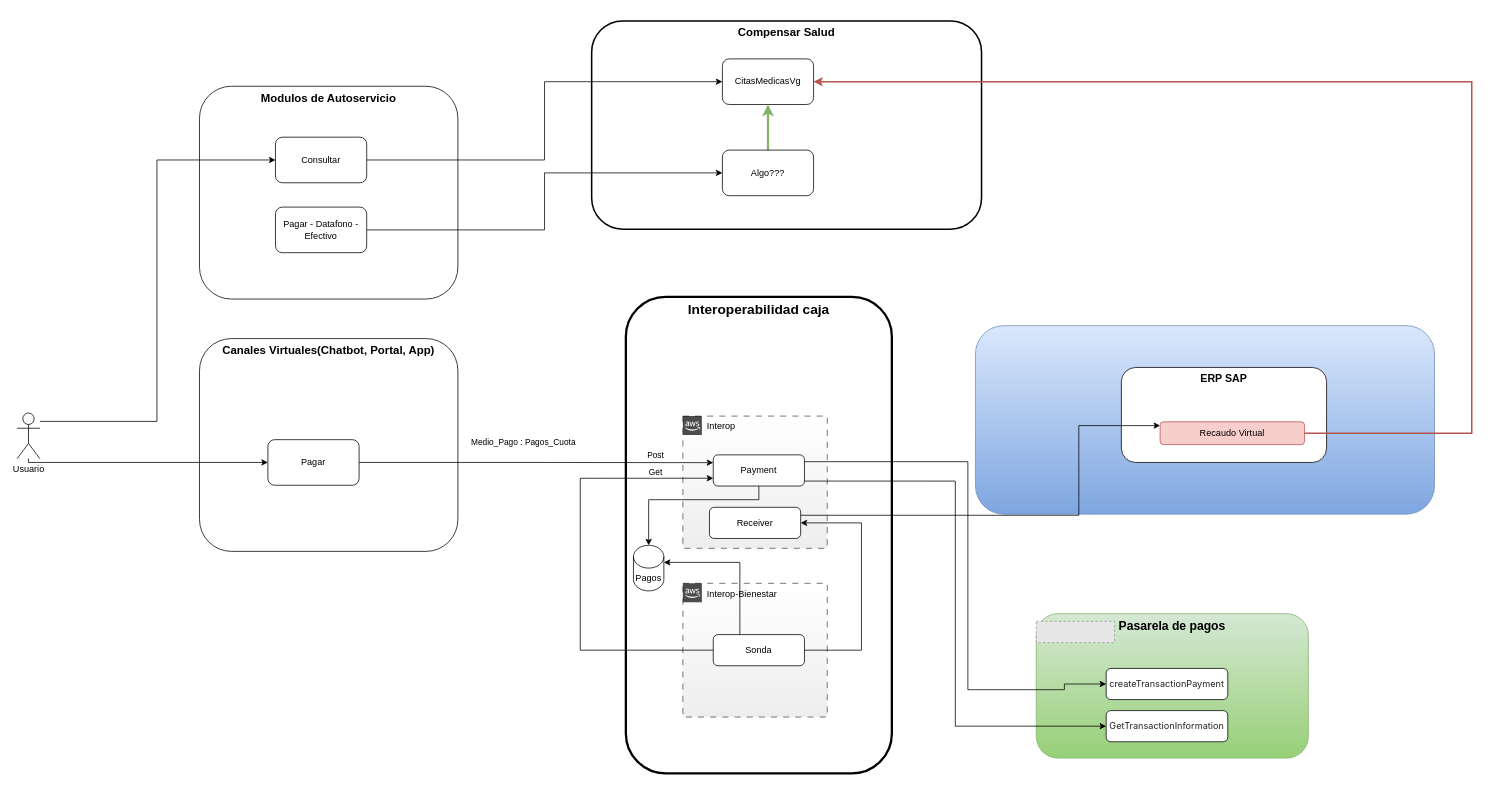
Earlier version of the draw.io diagram page "Virtual" (2 of 2) of MedicinaPrepagada.drawio (carlosvalderrama1204/diagrams). Source tidied: cells renumbered, new cells numbered last; positions are measured from the earlier drawing's top-left corner, leaving out a move shared by most shapes. Both pictures are drawn from the tidied source at 76%, with x=0, y=0 at pixel (17, 21). Pictures stored in the file or linked from it are replaced by grey dashed boxes.
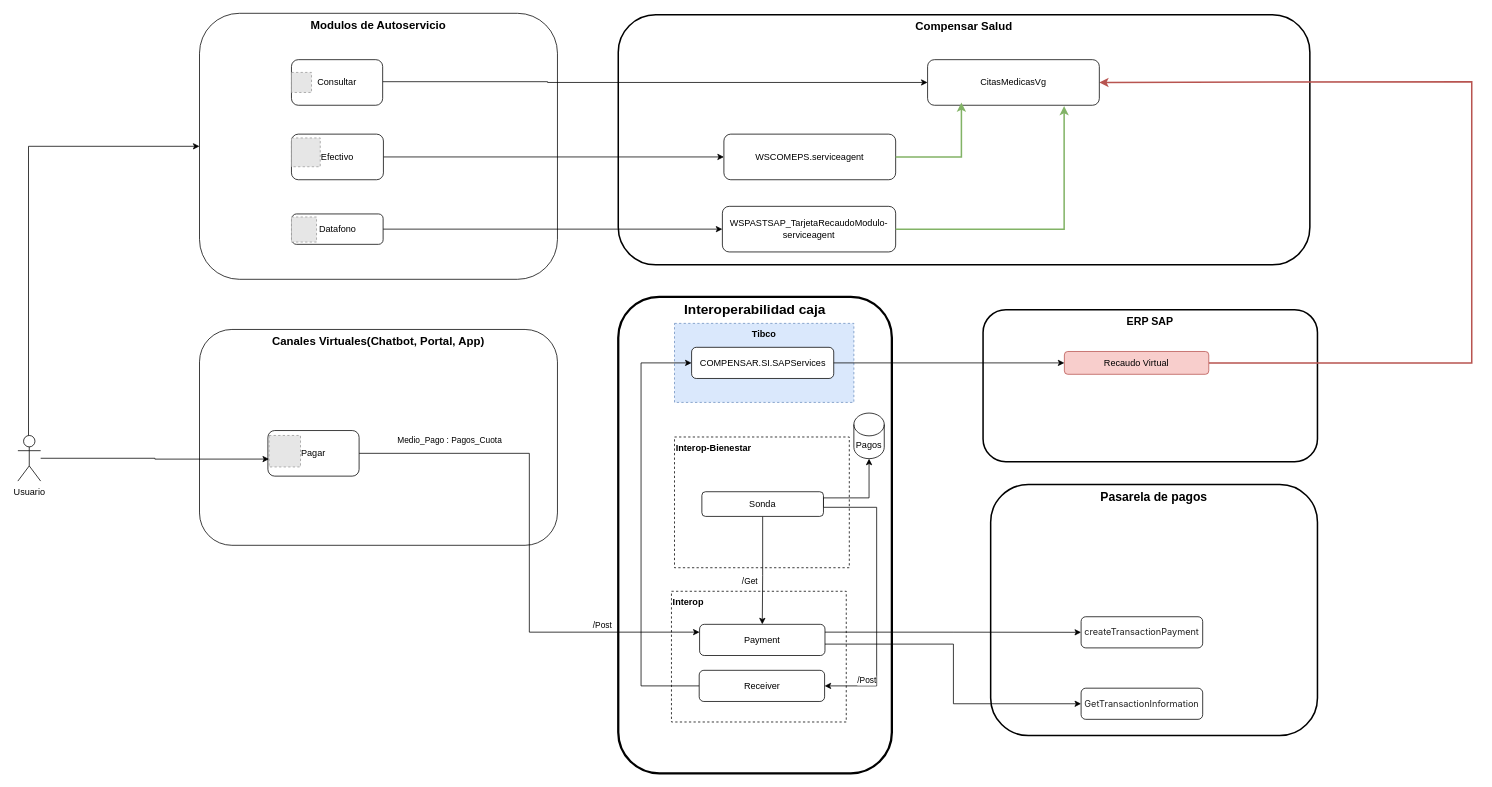
After the change.

Unchanged cells that the change refers to:
```xml
<mxCell id="21" style="edgeStyle=orthogonalEdgeStyle;rounded=0;jettySize=auto;html=1;entryX=0;entryY=0.25;entryDx=0;entryDy=0;" parent="1" edge="1" source="23" target="27">
  <mxGeometry relative="1" as="geometry" />
</mxCell>
```

Diff of the diagram source:
```diff
@@
+    <mxCell id="6" value="&lt;font style=&quot;font-size: 18px;&quot;&gt;Interoperabilidad caja&lt;/font&gt;" style="rounded=1;whiteSpace=wrap;html=1;verticalAlign=top;fontStyle=1;shadow=0;strokeWidth=3;" parent="1" vertex="1">
+      <mxGeometry x="791" y="363" width="360" height="627" as="geometry" />
+    </mxCell>
+    <mxCell id="42" value="Tibco" style="rounded=0;whiteSpace=wrap;html=1;dashed=1;verticalAlign=top;fontStyle=1;fillColor=#dae8fc;strokeColor=#6c8ebf;" parent="1" vertex="1">
+      <mxGeometry x="865" y="398" width="236" height="104" as="geometry" />
+    </mxCell>
+    <mxCell id="13" value="Interop-Bienestar" style="rounded=0;whiteSpace=wrap;html=1;dashed=1;verticalAlign=top;fontStyle=1;align=left;" parent="1" vertex="1">
+      <mxGeometry x="865" y="547.5" width="230" height="172" as="geometry" />
+    </mxCell>
+    <mxCell id="10" value="Interop" style="rounded=0;whiteSpace=wrap;html=1;dashed=1;verticalAlign=top;fontStyle=1;align=left;" parent="1" vertex="1">
+      <mxGeometry x="861" y="750.5" width="230" height="172" as="geometry" />
+    </mxCell>
     <mxCell id="2" value="Modulos de Autoservicio" style="rounded=1;whiteSpace=wrap;html=1;fontStyle=1;verticalAlign=top;fontSize=15;" parent="1" vertex="1">
-      <mxGeometry x="240" y="86" width="340" height="280" as="geometry" />
+      <mxGeometry x="240" y="-10" width="471" height="350" as="geometry" />
     </mxCell>
     <mxCell id="3" value="Compensar Salud" style="rounded=1;whiteSpace=wrap;html=1;verticalAlign=top;fontStyle=1;fontSize=15;strokeWidth=2;" parent="1" vertex="1">
-      <mxGeometry x="756" width="513" height="274" as="geometry" />
+      <mxGeometry x="791" y="-8" width="910" height="329" as="geometry" />
     </mxCell>
     <mxCell id="4" value="Canales Virtuales(Chatbot, Portal, App)" style="rounded=1;whiteSpace=wrap;html=1;fontStyle=1;verticalAlign=top;fontSize=15;" parent="1" vertex="1">
-      <mxGeometry x="240" y="418" width="340" height="280" as="geometry" />
+      <mxGeometry x="240" y="406" width="471" height="284" as="geometry" />
     </mxCell>
-    <mxCell id="5" style="rounded=1;whiteSpace=wrap;html=1;fillColor=#dae8fc;gradientColor=#7ea6e0;strokeColor=#6c8ebf;" parent="1" vertex="1">
-      <mxGeometry x="1261" y="401" width="604" height="248" as="geometry" />
-    </mxCell>
-    <mxCell id="6" value="&lt;font style=&quot;font-size: 18px;&quot;&gt;Interoperabilidad caja&lt;/font&gt;" style="rounded=1;whiteSpace=wrap;html=1;verticalAlign=top;fontStyle=1;shadow=0;strokeWidth=3;" parent="1" vertex="1">
-      <mxGeometry x="801" y="363" width="350" height="627" as="geometry" />
-    </mxCell>
     <mxCell id="7" style="edgeStyle=orthogonalEdgeStyle;rounded=0;jettySize=auto;html=1;entryX=0;entryY=0.5;entryDx=0;entryDy=0;" parent="1" edge="1" source="8" target="36">
-      <mxGeometry relative="1" as="geometry" />
+      <mxGeometry relative="1" as="geometry">
+        <Array as="points">
+          <mxPoint x="698" y="80" />
+        </Array>
+      </mxGeometry>
     </mxCell>
     <mxCell id="8" value="Consultar" style="rounded=1;whiteSpace=wrap;html=1;" parent="1" vertex="1">
-      <mxGeometry x="340" y="153" width="120" height="60" as="geometry" />
+      <mxGeometry x="361" y="51" width="120" height="60" as="geometry" />
     </mxCell>
-    <mxCell id="9" value="ERP SAP" style="rounded=1;whiteSpace=wrap;html=1;verticalAlign=top;fontStyle=1;fontSize=14;" parent="1" vertex="1">
-      <mxGeometry x="1453" y="456" width="270" height="125" as="geometry" />
+    <mxCell id="9" value="ERP SAP" style="rounded=1;whiteSpace=wrap;html=1;verticalAlign=top;fontStyle=1;fontSize=14;strokeWidth=2;" parent="1" vertex="1">
+      <mxGeometry x="1271" y="380" width="440" height="200" as="geometry" />
     </mxCell>
-    <mxCell id="10" value="Interop" style="html=1;whiteSpace=wrap;fontSize=12;fontStyle=0;shape=mxgraph.aws4.group;grIcon=mxgraph.aws4.group_aws_cloud_alt;fillColor=default;verticalAlign=top;align=left;spacingLeft=30;dashed=1;fillStyle=auto;gradientColor=#E6E6E6;dashPattern=8 8;rounded=1;opacity=70;" parent="1" vertex="1">
-      <mxGeometry x="876" y="520" width="190" height="174" as="geometry" />
-    </mxCell>
-    <mxCell id="11" style="edgeStyle=orthogonalEdgeStyle;rounded=0;orthogonalLoop=1;jettySize=auto;html=1;entryX=0;entryY=0.5;entryDx=0;entryDy=0;" parent="1" edge="1">
-      <mxGeometry relative="1" as="geometry">
-        <mxPoint x="1031" y="650.5" as="sourcePoint" />
-        <mxPoint x="1504" y="532.5" as="targetPoint" />
-        <Array as="points">
-          <mxPoint x="1397" y="651" />
-          <mxPoint x="1397" y="533" />
-        </Array>
-      </mxGeometry>
-    </mxCell>
+    <mxCell id="43" style="edgeStyle=orthogonalEdgeStyle;rounded=0;jettySize=auto;html=1;entryX=0;entryY=0.5;entryDx=0;entryDy=0;" parent="1" edge="1" source="12" target="57">
+      <mxGeometry relative="1" as="geometry">
+        <Array as="points">
+          <mxPoint x="821" y="875" />
+          <mxPoint x="821" y="450" />
+        </Array>
+      </mxGeometry>
+    </mxCell>
     <mxCell id="12" value="Receiver" style="rounded=1;whiteSpace=wrap;html=1;" parent="1" vertex="1">
-      <mxGeometry x="911" y="640" width="120" height="41" as="geometry" />
+      <mxGeometry x="897.5" y="854.5" width="165" height="41" as="geometry" />
     </mxCell>
-    <mxCell id="13" value="Interop-Bienestar" style="html=1;whiteSpace=wrap;fontSize=12;fontStyle=0;shape=mxgraph.aws4.group;grIcon=mxgraph.aws4.group_aws_cloud_alt;fillColor=default;verticalAlign=top;align=left;spacingLeft=30;dashed=1;fillStyle=auto;gradientColor=#E6E6E6;dashPattern=8 8;rounded=1;opacity=70;" parent="1" vertex="1">
-      <mxGeometry x="876" y="740" width="190" height="176" as="geometry" />
-    </mxCell>
+    <mxCell id="15" style="edgeStyle=orthogonalEdgeStyle;rounded=0;jettySize=auto;html=1;entryX=0.5;entryY=0;entryDx=0;entryDy=0;exitX=0.5;exitY=1;exitDx=0;exitDy=0;" parent="1" edge="1" source="17" target="27">
+      <mxGeometry relative="1" as="geometry">
+        <Array as="points">
+          <mxPoint x="981" y="730" />
+          <mxPoint x="981" y="730" />
+        </Array>
+      </mxGeometry>
+    </mxCell>
+    <mxCell id="44" value="/Get" style="edgeLabel;html=1;align=center;verticalAlign=middle;" parent="15" vertex="1">
+      <mxGeometry x="0.78" y="-3" relative="1" as="geometry">
+        <mxPoint x="-14" y="-41" as="offset" />
+      </mxGeometry>
+    </mxCell>
-    <mxCell id="14" style="edgeStyle=orthogonalEdgeStyle;rounded=0;jettySize=auto;html=1;entryX=1;entryY=0.5;entryDx=0;entryDy=0;" parent="1" edge="1" source="17" target="12">
+    <mxCell id="14" style="edgeStyle=orthogonalEdgeStyle;rounded=0;jettySize=auto;html=1;exitX=1;exitY=0.25;exitDx=0;exitDy=0;entryX=1;entryY=0.5;entryDx=0;entryDy=0;" parent="1" edge="1" source="17" target="12">
       <mxGeometry relative="1" as="geometry">
         <Array as="points">
-          <mxPoint x="1111" y="828" />
-          <mxPoint x="1111" y="660" />
+          <mxPoint x="1061" y="640" />
+          <mxPoint x="1131" y="640" />
+          <mxPoint x="1131" y="875" />
         </Array>
       </mxGeometry>
     </mxCell>
-    <mxCell id="15" style="edgeStyle=orthogonalEdgeStyle;rounded=0;jettySize=auto;html=1;entryX=0;entryY=0.75;entryDx=0;entryDy=0;" parent="1" edge="1" source="17" target="27">
-      <mxGeometry relative="1" as="geometry">
-        <Array as="points">
-          <mxPoint x="741" y="828" />
-          <mxPoint x="741" y="602" />
-        </Array>
-      </mxGeometry>
-    </mxCell>
-    <mxCell id="16" value="Get" style="edgeLabel;html=1;align=center;verticalAlign=middle;" parent="15" vertex="1">
-      <mxGeometry x="0.86" y="-2" relative="1" as="geometry">
-        <mxPoint x="-36" y="-10" as="offset" />
-      </mxGeometry>
-    </mxCell>
+    <mxCell id="45" value="/Post" style="edgeLabel;html=1;align=center;verticalAlign=middle;" parent="14" vertex="1">
+      <mxGeometry x="0.86" y="-1" relative="1" as="geometry">
+        <mxPoint x="28" y="-7" as="offset" />
+      </mxGeometry>
+    </mxCell>
     <mxCell id="17" value="Sonda" style="rounded=1;whiteSpace=wrap;html=1;" parent="1" vertex="1">
-      <mxGeometry x="916" y="807.5" width="120" height="41" as="geometry" />
+      <mxGeometry x="901" y="619.5" width="160" height="32.5" as="geometry" />
     </mxCell>
-    <mxCell id="18" value="Pasarela de pagos" style="rounded=1;whiteSpace=wrap;html=1;fillColor=#d5e8d4;gradientColor=#97d077;strokeColor=#82b366;verticalAlign=top;fontSize=16;fontStyle=1;" parent="1" vertex="1">
-      <mxGeometry x="1341" y="780" width="358" height="190" as="geometry" />
+    <mxCell id="18" value="Pasarela de pagos" style="rounded=1;whiteSpace=wrap;html=1;verticalAlign=top;fontSize=16;fontStyle=1;strokeWidth=2;" parent="1" vertex="1">
+      <mxGeometry x="1281" y="610" width="430" height="330.4" as="geometry" />
     </mxCell>
-    <mxCell id="19" style="fillColor=#E6E6E6;strokeColor=#999999;dashed=1;verticalLabelPosition=bottom;verticalAlign=top;" parent="1" vertex="1">
-      <mxGeometry x="1341" y="790" width="103" height="28" as="geometry" />
-    </mxCell>
     <mxCell id="20" value="&lt;span style=&quot;color: rgb(33, 33, 33); font-family: Inter, system-ui, -apple-system, BlinkMacSystemFont, &amp;quot;Segoe UI&amp;quot;, Roboto, Oxygen, Ubuntu, Cantarell, &amp;quot;Fira Sans&amp;quot;, &amp;quot;Droid Sans&amp;quot;, Helvetica, Arial, sans-serif; text-align: left; white-space-collapse: preserve; background-color: rgb(255, 255, 255);&quot;&gt;GetTransactionInformation&lt;/span&gt;" style="rounded=1;whiteSpace=wrap;html=1;" parent="1" vertex="1">
-      <mxGeometry x="1433" y="907.5" width="160" height="41" as="geometry" />
+      <mxGeometry x="1400" y="878" width="160" height="41" as="geometry" />
     </mxCell>
@@
-    <mxCell id="22" value="Post" style="edgeLabel;html=1;align=center;verticalAlign=middle;" parent="21" vertex="1">
+    <mxCell id="22" value="/Post" style="edgeLabel;html=1;align=center;verticalAlign=middle;" parent="21" vertex="1">
       <mxGeometry x="0.67" y="4" relative="1" as="geometry">
-        <mxPoint x="1" y="-6" as="offset" />
+        <mxPoint x="-16" y="-6" as="offset" />
       </mxGeometry>
     </mxCell>
     <mxCell id="23" value="Pagar" style="rounded=1;whiteSpace=wrap;html=1;" parent="1" vertex="1">
-      <mxGeometry x="330" y="551" width="120" height="60" as="geometry" />
+      <mxGeometry x="330" y="539" width="120" height="60" as="geometry" />
     </mxCell>
-    <mxCell id="24" style="edgeStyle=orthogonalEdgeStyle;rounded=0;jettySize=auto;html=1;entryX=0;entryY=0.5;entryDx=0;entryDy=0;" parent="1" edge="1" target="28">
-      <mxGeometry relative="1" as="geometry">
-        <mxPoint x="1033" y="580" as="sourcePoint" />
-        <Array as="points">
-          <mxPoint x="1251" y="580" />
-          <mxPoint x="1251" y="880" />
-          <mxPoint x="1378" y="880" />
-          <mxPoint x="1378" y="873" />
-        </Array>
-      </mxGeometry>
-    </mxCell>
+    <mxCell id="46" style="edgeStyle=orthogonalEdgeStyle;rounded=0;jettySize=auto;html=1;entryX=0;entryY=0.5;entryDx=0;entryDy=0;exitX=1;exitY=0.25;exitDx=0;exitDy=0;" parent="1" edge="1" source="27" target="28">
+      <mxGeometry relative="1" as="geometry" />
+    </mxCell>
-    <mxCell id="25" style="edgeStyle=orthogonalEdgeStyle;rounded=0;jettySize=auto;html=1;entryX=0;entryY=0.5;entryDx=0;entryDy=0;exitX=0.979;exitY=0.841;exitDx=0;exitDy=0;exitPerimeter=0;" parent="1" edge="1" source="27" target="20">
-      <mxGeometry relative="1" as="geometry" />
+    <mxCell id="25" style="edgeStyle=orthogonalEdgeStyle;rounded=0;jettySize=auto;html=1;entryX=0;entryY=0.5;entryDx=0;entryDy=0;" parent="1" edge="1" source="27" target="20">
+      <mxGeometry relative="1" as="geometry">
+        <Array as="points">
+          <mxPoint x="1232" y="820" />
+          <mxPoint x="1232" y="898" />
+        </Array>
+      </mxGeometry>
     </mxCell>
-    <mxCell id="26" style="edgeStyle=orthogonalEdgeStyle;rounded=0;jettySize=auto;html=1;" parent="1" edge="1" source="27" target="34">
-      <mxGeometry relative="1" as="geometry">
-        <Array as="points">
-          <mxPoint x="976" y="630" />
-          <mxPoint x="831" y="630" />
-        </Array>
-      </mxGeometry>
-    </mxCell>
     <mxCell id="27" value="Payment" style="rounded=1;whiteSpace=wrap;html=1;" parent="1" vertex="1">
-      <mxGeometry x="916" y="571" width="120" height="41" as="geometry" />
+      <mxGeometry x="898" y="794" width="165" height="41" as="geometry" />
     </mxCell>
     <mxCell id="28" value="&lt;span style=&quot;color: rgb(33, 33, 33); font-family: Inter, system-ui, -apple-system, BlinkMacSystemFont, &amp;quot;Segoe UI&amp;quot;, Roboto, Oxygen, Ubuntu, Cantarell, &amp;quot;Fira Sans&amp;quot;, &amp;quot;Droid Sans&amp;quot;, Helvetica, Arial, sans-serif; text-align: left; white-space-collapse: preserve; background-color: rgb(255, 255, 255);&quot;&gt;createTransactionPayment&lt;/span&gt;" style="rounded=1;whiteSpace=wrap;html=1;" parent="1" vertex="1">
-      <mxGeometry x="1433" y="852" width="160" height="41" as="geometry" />
+      <mxGeometry x="1400" y="784" width="160" height="41" as="geometry" />
     </mxCell>
-    <mxCell id="29" style="edgeStyle=orthogonalEdgeStyle;rounded=0;jettySize=auto;html=1;entryX=0;entryY=0.5;entryDx=0;entryDy=0;" parent="1" edge="1" source="31" target="8">
-      <mxGeometry relative="1" as="geometry">
-        <Array as="points">
-          <mxPoint x="184" y="527" />
-          <mxPoint x="184" y="183" />
-        </Array>
-      </mxGeometry>
-    </mxCell>
-    <mxCell id="30" style="edgeStyle=orthogonalEdgeStyle;rounded=0;jettySize=auto;html=1;entryX=0;entryY=0.5;entryDx=0;entryDy=0;" parent="1" edge="1" source="31" target="23">
-      <mxGeometry relative="1" as="geometry">
-        <Array as="points">
-          <mxPoint x="15" y="581" />
-        </Array>
-      </mxGeometry>
-    </mxCell>
+    <mxCell id="47" style="edgeStyle=orthogonalEdgeStyle;rounded=0;jettySize=auto;html=1;entryX=0;entryY=0.75;entryDx=0;entryDy=0;" parent="1" edge="1" source="31" target="56">
+      <mxGeometry relative="1" as="geometry" />
+    </mxCell>
+    <mxCell id="48" style="edgeStyle=orthogonalEdgeStyle;rounded=0;jettySize=auto;html=1;entryX=0;entryY=0.5;entryDx=0;entryDy=0;" parent="1" edge="1" source="31" target="2">
+      <mxGeometry relative="1" as="geometry">
+        <Array as="points">
+          <mxPoint x="15" y="165" />
+        </Array>
+      </mxGeometry>
+    </mxCell>
     <mxCell id="31" value="Usuario" style="shape=umlActor;verticalLabelPosition=bottom;verticalAlign=top;html=1;outlineConnect=0;" parent="1" vertex="1">
-      <mxGeometry y="516" width="30" height="60" as="geometry" />
+      <mxGeometry x="1" y="545.5" width="30" height="60" as="geometry" />
     </mxCell>
-    <mxCell id="32" style="edgeStyle=orthogonalEdgeStyle;rounded=0;jettySize=auto;html=1;entryX=1;entryY=0.5;entryDx=0;entryDy=0;fillColor=#f8cecc;strokeColor=#b85450;strokeWidth=2;" parent="1" edge="1" source="33" target="36">
+    <mxCell id="32" style="edgeStyle=orthogonalEdgeStyle;rounded=0;jettySize=auto;html=1;entryX=1;entryY=0.5;entryDx=0;entryDy=0;fillColor=#f8cecc;strokeColor=#b85450;strokeWidth=2;exitX=1;exitY=0.5;exitDx=0;exitDy=0;" parent="1" edge="1" source="33" target="36">
       <mxGeometry relative="1" as="geometry">
         <Array as="points">
-          <mxPoint x="1914" y="543" />
+          <mxPoint x="1914" y="450" />
           <mxPoint x="1914" y="80" />
+          <mxPoint x="1424" y="80" />
         </Array>
       </mxGeometry>
     </mxCell>
     <mxCell id="33" value="Recaudo Virtual" style="rounded=1;whiteSpace=wrap;html=1;fillColor=#f8cecc;strokeColor=#b85450;" parent="1" vertex="1">
-      <mxGeometry x="1504" y="527.5" width="190" height="30" as="geometry" />
+      <mxGeometry x="1378" y="435" width="190" height="30" as="geometry" />
     </mxCell>
     <mxCell id="34" value="Pagos" style="shape=cylinder3;whiteSpace=wrap;html=1;boundedLbl=1;backgroundOutline=1;size=15;" parent="1" vertex="1">
-      <mxGeometry x="811" y="690" width="40" height="60" as="geometry" />
+      <mxGeometry x="1101" y="516" width="40" height="60" as="geometry" />
     </mxCell>
-    <mxCell id="35" style="edgeStyle=orthogonalEdgeStyle;rounded=0;jettySize=auto;html=1;entryX=1;entryY=0;entryDx=0;entryDy=22.5;entryPerimeter=0;" parent="1" edge="1" source="17" target="34">
-      <mxGeometry relative="1" as="geometry">
-        <Array as="points">
-          <mxPoint x="951" y="712" />
-        </Array>
-      </mxGeometry>
-    </mxCell>
     <mxCell id="36" value="CitasMedicasVg" style="rounded=1;whiteSpace=wrap;html=1;" parent="1" vertex="1">
-      <mxGeometry x="928" y="50" width="120" height="60" as="geometry" />
+      <mxGeometry x="1198" y="51" width="226" height="60" as="geometry" />
     </mxCell>
     <mxCell id="37" value="&lt;span style=&quot;font-size: 11px; background-color: rgb(255, 255, 255);&quot;&gt;Medio_Pago : Pagos_Cuota&lt;/span&gt;" style="text;html=1;align=center;verticalAlign=middle;strokeColor=none;fillColor=none;" parent="1" vertex="1">
-      <mxGeometry x="588" y="542" width="156" height="26" as="geometry" />
+      <mxGeometry x="491" y="539" width="156" height="26" as="geometry" />
     </mxCell>
@@
-    <mxCell id="39" value="Pagar - Datafono - Efectivo" style="rounded=1;whiteSpace=wrap;html=1;" parent="1" vertex="1">
-      <mxGeometry x="340" y="245" width="120" height="60" as="geometry" />
+    <mxCell id="39" value="Efectivo" style="rounded=1;whiteSpace=wrap;html=1;" parent="1" vertex="1">
+      <mxGeometry x="361" y="149" width="121" height="60" as="geometry" />
     </mxCell>
+    <mxCell id="41" value="WSCOMEPS.serviceagent" style="rounded=1;whiteSpace=wrap;html=1;" parent="1" vertex="1">
+      <mxGeometry x="930" y="149" width="226" height="60" as="geometry" />
+    </mxCell>
+    <mxCell id="49" style="edgeStyle=orthogonalEdgeStyle;rounded=0;jettySize=auto;html=1;entryX=0;entryY=0.5;entryDx=0;entryDy=0;" parent="1" edge="1" source="50" target="51">
+      <mxGeometry relative="1" as="geometry" />
+    </mxCell>
+    <mxCell id="50" value="Datafono" style="rounded=1;whiteSpace=wrap;html=1;" parent="1" vertex="1">
+      <mxGeometry x="361.6" y="254" width="120" height="40" as="geometry" />
+    </mxCell>
+    <mxCell id="51" value="WSPASTSAP_TarjetaRecaudoModulo-serviceagent" style="rounded=1;whiteSpace=wrap;html=1;" parent="1" vertex="1">
+      <mxGeometry x="928" y="244" width="228" height="60" as="geometry" />
+    </mxCell>
-    <mxCell id="40" style="edgeStyle=orthogonalEdgeStyle;rounded=0;jettySize=auto;html=1;entryX=0.5;entryY=1;entryDx=0;entryDy=0;fillColor=#d5e8d4;strokeColor=#82b366;strokeWidth=3;" parent="1" edge="1" source="41" target="36">
+    <mxCell id="40" style="edgeStyle=orthogonalEdgeStyle;rounded=0;jettySize=auto;html=1;entryX=0.197;entryY=0.942;entryDx=0;entryDy=0;entryPerimeter=0;fillColor=#d5e8d4;strokeColor=#82b366;strokeWidth=2;" parent="1" edge="1" source="41" target="36">
       <mxGeometry relative="1" as="geometry" />
     </mxCell>
-    <mxCell id="41" value="Algo???" style="rounded=1;whiteSpace=wrap;html=1;" parent="1" vertex="1">
-      <mxGeometry x="928" y="170" width="120" height="60" as="geometry" />
-    </mxCell>
+    <mxCell id="52" style="edgeStyle=orthogonalEdgeStyle;rounded=0;jettySize=auto;html=1;entryX=0.795;entryY=1.017;entryDx=0;entryDy=0;entryPerimeter=0;strokeWidth=2;fillColor=#d5e8d4;strokeColor=#82b366;" parent="1" edge="1" source="51" target="36">
+      <mxGeometry relative="1" as="geometry" />
+    </mxCell>
+    <mxCell id="53" style="fillColor=#E6E6E6;strokeColor=#999999;dashed=1;verticalLabelPosition=bottom;labelBackgroundColor=default;verticalAlign=top;" parent="1" vertex="1">
+      <mxGeometry x="361" y="154" width="37.9" height="37.9" as="geometry" />
+    </mxCell>
+    <mxCell id="54" style="fillColor=#E6E6E6;strokeColor=#999999;dashed=1;verticalLabelPosition=bottom;labelBackgroundColor=default;verticalAlign=top;" parent="1" vertex="1">
+      <mxGeometry x="361" y="258" width="33" height="33" as="geometry" />
+    </mxCell>
+    <mxCell id="55" style="fillColor=#E6E6E6;strokeColor=#999999;dashed=1;verticalLabelPosition=bottom;labelBackgroundColor=default;verticalAlign=top;" parent="1" vertex="1">
+      <mxGeometry x="361" y="67.8" width="26.4" height="26.4" as="geometry" />
+    </mxCell>
+    <mxCell id="56" style="fillColor=#E6E6E6;strokeColor=#999999;dashed=1;verticalLabelPosition=bottom;labelBackgroundColor=default;verticalAlign=top;" parent="1" vertex="1">
+      <mxGeometry x="331.5" y="545.5" width="41.4" height="41.4" as="geometry" />
+    </mxCell>
+    <mxCell id="57" value="COMPENSAR.SI.SAPServices" style="rounded=1;whiteSpace=wrap;html=1;" parent="1" vertex="1">
+      <mxGeometry x="887.5" y="429.5" width="187" height="41" as="geometry" />
+    </mxCell>
+    <mxCell id="11" style="edgeStyle=orthogonalEdgeStyle;rounded=0;jettySize=auto;html=1;entryX=0;entryY=0.5;entryDx=0;entryDy=0;exitX=1;exitY=0.5;exitDx=0;exitDy=0;" parent="1" edge="1" source="57" target="33">
+      <mxGeometry relative="1" as="geometry">
+        <Array as="points">
+          <mxPoint x="1378" y="450" />
+        </Array>
+      </mxGeometry>
+    </mxCell>
+    <mxCell id="35" style="edgeStyle=orthogonalEdgeStyle;rounded=0;jettySize=auto;html=1;exitX=1;exitY=0.25;exitDx=0;exitDy=0;entryX=0.5;entryY=1;entryDx=0;entryDy=0;entryPerimeter=0;" parent="1" edge="1" source="17" target="34">
+      <mxGeometry relative="1" as="geometry" />
+    </mxCell>
```
